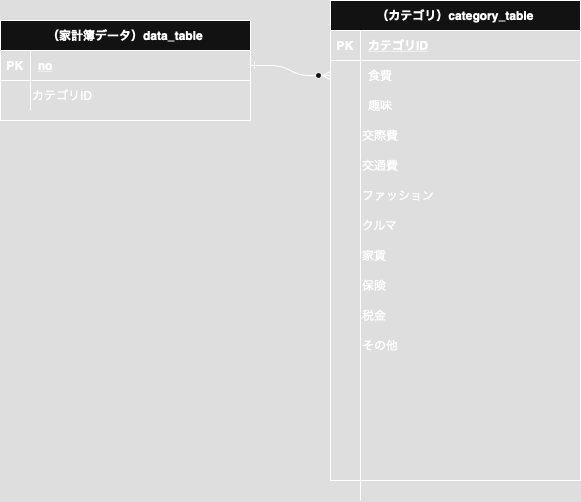
michi260/spring-boot keeps this draw.io diagram as 名称未設定ファイル.drawio.png. Above is the earlier version. Source tidied: cells renumbered, new cells last; positions are measured from the earlier drawing's top-left corner, leaving out a move shared by most shapes. Source of this version:
```xml
<mxGraphModel>
  <root>
    <mxCell id="0" />
    <mxCell id="1" parent="0" />
    <mxCell id="2" style="edgeStyle=entityRelationEdgeStyle;endArrow=ERzeroToMany;startArrow=ERone;endFill=1;startFill=0;" parent="1" edge="1" source="4" target="15">
      <mxGeometry relative="1" as="geometry" />
    </mxCell>
    <mxCell id="3" value="（家計簿データ）data_table" style="shape=table;startSize=30;rowLines=0;fontStyle=1;align=center;" parent="1" vertex="1">
      <mxGeometry y="20" width="250" height="100" as="geometry" />
    </mxCell>
    <mxCell id="4" style="shape=partialRectangle;fillColor=none;points=[[0,0.5],[1,0.5]];portConstraint=eastwest;top=0;left=0;right=0;bottom=1;" parent="3" vertex="1">
      <mxGeometry y="30" width="250" height="30" as="geometry" />
    </mxCell>
    <mxCell id="5" value="PK" style="shape=partialRectangle;overflow=hidden;fillColor=none;top=0;left=0;bottom=0;right=0;fontStyle=1;" parent="4" vertex="1">
      <mxGeometry width="30" height="30" as="geometry" />
    </mxCell>
    <mxCell id="6" value="no" style="shape=partialRectangle;overflow=hidden;fillColor=none;top=0;left=0;bottom=0;right=0;align=left;spacingLeft=6;fontStyle=5;" parent="4" vertex="1">
      <mxGeometry x="30" width="220" height="30" as="geometry" />
    </mxCell>
    <mxCell id="7" style="shape=partialRectangle;fillColor=none;top=0;left=0;right=0;bottom=0;" parent="3" vertex="1">
      <mxGeometry y="60" width="250" height="30" as="geometry" />
    </mxCell>
    <mxCell id="8" style="shape=partialRectangle;overflow=hidden;fillColor=none;top=0;left=0;bottom=0;right=0;" parent="7" vertex="1">
      <mxGeometry width="30" height="30" as="geometry" />
    </mxCell>
    <mxCell id="9" style="shape=partialRectangle;overflow=hidden;fillColor=none;top=0;left=0;bottom=0;right=0;align=left;spacingLeft=6;" parent="7" vertex="1">
      <mxGeometry x="30" width="220" height="30" as="geometry" />
    </mxCell>
    <mxCell id="10" style="endArrow=none;html=1;rounded=0;entryX=0.12;entryY=1;entryDx=0;entryDy=0;entryPerimeter=0;" parent="1" edge="1" target="18">
      <mxGeometry relative="1" as="geometry">
        <mxPoint x="360" y="500" as="sourcePoint" />
      </mxGeometry>
    </mxCell>
    <mxCell id="11" value="（カテゴリ）category_table" style="shape=table;startSize=30;rowLines=0;fontStyle=1;align=center;" parent="1" vertex="1">
      <mxGeometry x="330" width="250" height="480" as="geometry" />
    </mxCell>
    <mxCell id="12" style="shape=partialRectangle;fillColor=none;top=0;left=0;right=0;bottom=1;" parent="11" vertex="1">
      <mxGeometry y="30" width="250" height="30" as="geometry" />
    </mxCell>
    <mxCell id="13" value="PK" style="shape=partialRectangle;overflow=hidden;fillColor=none;top=0;left=0;bottom=0;right=0;fontStyle=1;" parent="12" vertex="1">
      <mxGeometry width="30" height="30" as="geometry" />
    </mxCell>
    <mxCell id="14" value="カテゴリID" style="shape=partialRectangle;overflow=hidden;fillColor=none;top=0;left=0;bottom=0;right=0;align=left;spacingLeft=6;fontStyle=5;" parent="12" vertex="1">
      <mxGeometry x="30" width="220" height="30" as="geometry" />
    </mxCell>
    <mxCell id="15" style="shape=partialRectangle;fillColor=none;points=[[0,0.5],[1,0.5]];portConstraint=eastwest;top=0;left=0;right=0;bottom=0;" parent="11" vertex="1">
      <mxGeometry y="60" width="250" height="30" as="geometry" />
    </mxCell>
    <mxCell id="16" style="shape=partialRectangle;overflow=hidden;fillColor=none;top=0;left=0;bottom=0;right=0;" parent="15" vertex="1">
      <mxGeometry width="30" height="30" as="geometry" />
    </mxCell>
    <mxCell id="17" value="食費" style="shape=partialRectangle;overflow=hidden;fillColor=none;top=0;left=0;bottom=0;right=0;align=left;spacingLeft=6;" parent="15" vertex="1">
      <mxGeometry x="30" width="220" height="30" as="geometry" />
    </mxCell>
    <mxCell id="18" style="shape=partialRectangle;fillColor=none;points=[[0,0.5],[1,0.5]];portConstraint=eastwest;top=0;left=0;right=0;bottom=0;" parent="11" vertex="1">
      <mxGeometry y="90" width="250" height="30" as="geometry" />
    </mxCell>
    <mxCell id="19" style="shape=partialRectangle;overflow=hidden;fillColor=none;top=0;left=0;bottom=0;right=0;" parent="18" vertex="1">
      <mxGeometry width="30" height="30" as="geometry" />
    </mxCell>
    <mxCell id="20" value="趣味" style="shape=partialRectangle;overflow=hidden;fillColor=none;top=0;left=0;bottom=0;right=0;align=left;spacingLeft=6;" parent="18" vertex="1">
      <mxGeometry x="30" width="220" height="30" as="geometry" />
    </mxCell>
    <mxCell id="21" value="交際費" style="text;html=1;align=left;verticalAlign=middle;whiteSpace=wrap;rounded=0;" parent="1" vertex="1">
      <mxGeometry x="360" y="120" width="220" height="30" as="geometry" />
    </mxCell>
    <mxCell id="22" value="交通費" style="text;html=1;align=left;verticalAlign=middle;whiteSpace=wrap;rounded=0;" parent="1" vertex="1">
      <mxGeometry x="360" y="150" width="220" height="30" as="geometry" />
    </mxCell>
    <mxCell id="23" value="ファッション" style="text;html=1;align=left;verticalAlign=middle;whiteSpace=wrap;rounded=0;" parent="1" vertex="1">
      <mxGeometry x="360" y="180" width="220" height="30" as="geometry" />
    </mxCell>
    <mxCell id="24" value="クルマ" style="text;html=1;align=left;verticalAlign=middle;whiteSpace=wrap;rounded=0;" parent="1" vertex="1">
      <mxGeometry x="360" y="210" width="220" height="30" as="geometry" />
    </mxCell>
    <mxCell id="25" value="家賃" style="text;html=1;align=left;verticalAlign=middle;whiteSpace=wrap;rounded=0;" parent="1" vertex="1">
      <mxGeometry x="360" y="240" width="220" height="30" as="geometry" />
    </mxCell>
    <mxCell id="26" value="保険" style="text;html=1;align=left;verticalAlign=middle;whiteSpace=wrap;rounded=0;" parent="1" vertex="1">
      <mxGeometry x="360" y="270" width="220" height="30" as="geometry" />
    </mxCell>
    <mxCell id="27" value="税金" style="text;html=1;align=left;verticalAlign=middle;whiteSpace=wrap;rounded=0;" parent="1" vertex="1">
      <mxGeometry x="360" y="300" width="220" height="30" as="geometry" />
    </mxCell>
    <mxCell id="28" value="その他" style="text;html=1;align=left;verticalAlign=middle;whiteSpace=wrap;rounded=0;" parent="1" vertex="1">
      <mxGeometry x="360" y="330" width="220" height="30" as="geometry" />
    </mxCell>
    <mxCell id="29" value="カテゴリID" style="text;html=1;align=left;verticalAlign=middle;whiteSpace=wrap;rounded=0;" parent="1" vertex="1">
      <mxGeometry x="30" y="80" width="220" height="30" as="geometry" />
    </mxCell>
  </root>
</mxGraphModel>
```
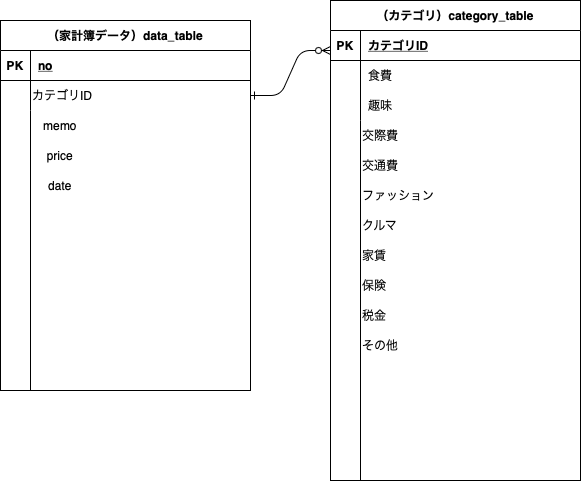
After the commit.

Commit message:
名称未設定ファイル.drawio.png を更新します

Change to the diagram source:
```diff
@@ -2,11 +2,13 @@
   <root>
     <mxCell id="0" />
     <mxCell id="1" parent="0" />
-    <mxCell id="2" style="edgeStyle=entityRelationEdgeStyle;endArrow=ERzeroToMany;startArrow=ERone;endFill=1;startFill=0;" parent="1" edge="1" source="4" target="15">
-      <mxGeometry relative="1" as="geometry" />
+    <mxCell id="2" style="edgeStyle=entityRelationEdgeStyle;endArrow=ERzeroToMany;startArrow=ERone;endFill=1;startFill=0;exitX=1;exitY=0.5;exitDx=0;exitDy=0;" parent="1" edge="1" source="29">
+      <mxGeometry relative="1" as="geometry">
+        <mxPoint x="330" y="50" as="targetPoint" />
+      </mxGeometry>
     </mxCell>
     <mxCell id="3" value="（家計簿データ）data_table" style="shape=table;startSize=30;rowLines=0;fontStyle=1;align=center;" parent="1" vertex="1">
-      <mxGeometry y="20" width="250" height="100" as="geometry" />
+      <mxGeometry y="20" width="250" height="370" as="geometry" />
     </mxCell>
     <mxCell id="4" style="shape=partialRectangle;fillColor=none;points=[[0,0.5],[1,0.5]];portConstraint=eastwest;top=0;left=0;right=0;bottom=1;" parent="3" vertex="1">
       <mxGeometry y="30" width="250" height="30" as="geometry" />
@@ -28,7 +30,7 @@
     </mxCell>
     <mxCell id="10" style="endArrow=none;html=1;rounded=0;entryX=0.12;entryY=1;entryDx=0;entryDy=0;entryPerimeter=0;" parent="1" edge="1" target="18">
       <mxGeometry relative="1" as="geometry">
-        <mxPoint x="360" y="500" as="sourcePoint" />
+        <mxPoint x="360" y="480" as="sourcePoint" />
       </mxGeometry>
     </mxCell>
     <mxCell id="11" value="（カテゴリ）category_table" style="shape=table;startSize=30;rowLines=0;fontStyle=1;align=center;" parent="1" vertex="1">
@@ -88,5 +90,19 @@
     <mxCell id="29" value="カテゴリID" style="text;html=1;align=left;verticalAlign=middle;whiteSpace=wrap;rounded=0;" parent="1" vertex="1">
       <mxGeometry x="30" y="80" width="220" height="30" as="geometry" />
     </mxCell>
+    <mxCell id="30" style="endArrow=none;html=1;rounded=0;fontSize=12;startSize=8;endSize=8;curved=1;entryX=0;entryY=1;entryDx=0;entryDy=0;" parent="1" edge="1" target="29">
+      <mxGeometry relative="1" as="geometry">
+        <mxPoint x="30" y="390" as="sourcePoint" />
+      </mxGeometry>
+    </mxCell>
+    <mxCell id="31" value="memo" style="text;html=1;align=center;verticalAlign=middle;whiteSpace=wrap;rounded=0;" parent="1" vertex="1">
+      <mxGeometry x="30" y="110" width="60" height="30" as="geometry" />
+    </mxCell>
+    <mxCell id="32" value="date" style="text;html=1;align=center;verticalAlign=middle;whiteSpace=wrap;rounded=0;" parent="1" vertex="1">
+      <mxGeometry x="30" y="170" width="60" height="30" as="geometry" />
+    </mxCell>
+    <mxCell id="33" value="price" style="text;html=1;align=center;verticalAlign=middle;whiteSpace=wrap;rounded=0;" parent="1" vertex="1">
+      <mxGeometry x="30" y="140" width="60" height="30" as="geometry" />
+    </mxCell>
   </root>
 </mxGraphModel>
```
